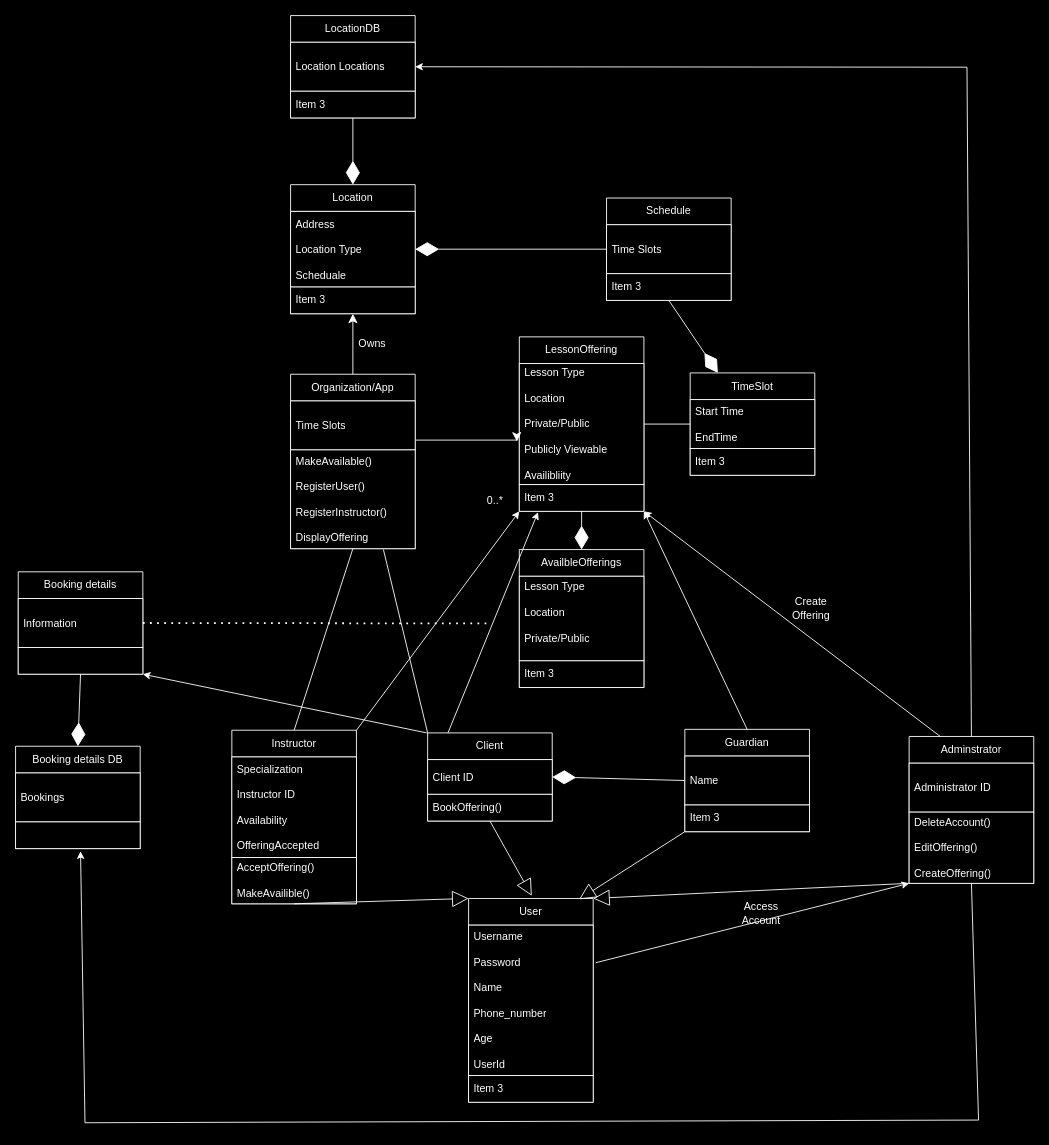
Above: Use Case 1/class_diagram.drawio in matdavid7272/342project (draw.io), before the change. Source tidied: cells renumbered, new cells numbered last; positions are measured from the earlier drawing's top-left corner, leaving out a move shared by most shapes. Both pictures are drawn from the tidied source at 89%, with x=0, y=0 at pixel (15, 15).
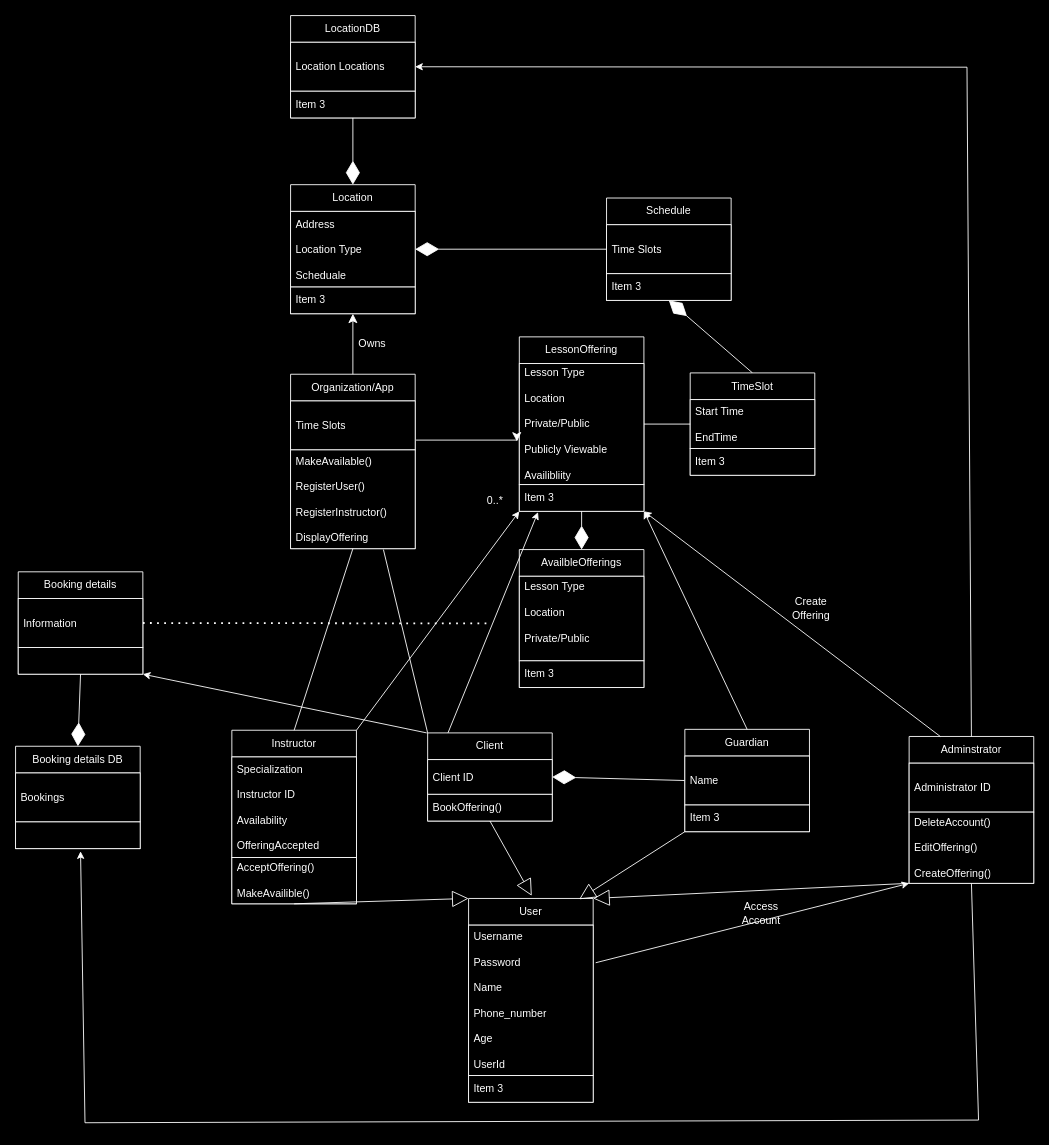
The same diagram, later.

Unchanged cells that the change refers to:
```xml
<mxCell id="24" value="&lt;font color=&quot;#ffffff&quot;&gt;Schedule&lt;/font&gt;" style="swimlane;fontStyle=0;horizontal=1;startSize=30;whiteSpace=wrap;html=1;strokeColor=#FFFFFF;fillColor=#000000;" parent="1" vertex="1">
  <mxGeometry x="664" y="205" width="140" height="115" as="geometry" />
</mxCell>
<mxCell id="38" value="&lt;font color=&quot;#ffffff&quot;&gt;TimeSlot&lt;/font&gt;" style="swimlane;fontStyle=0;horizontal=1;startSize=30;whiteSpace=wrap;html=1;strokeColor=#FFFFFF;fillColor=#000000;" parent="1" vertex="1">
  <mxGeometry x="758" y="401.5" width="140" height="115" as="geometry" />
</mxCell>
```

Change to the diagram source:
```diff
@@
-    <mxCell id="37" style="endArrow=diamondThin;endFill=1;endSize=24;html=1;rounded=0;strokeColor=#FFFFFF;exitX=0.5;exitY=1;exitDx=0;exitDy=0;" parent="1" edge="1" source="24" target="38">
+    <mxCell id="37" style="endArrow=diamondThin;endFill=1;endSize=24;html=1;rounded=0;strokeColor=#FFFFFF;entryX=0.5;entryY=1;entryDx=0;entryDy=0;exitX=0.5;exitY=0;exitDx=0;exitDy=0;" parent="1" edge="1" source="38" target="24">
       <mxGeometry relative="1" as="geometry" />
     </mxCell>
```
